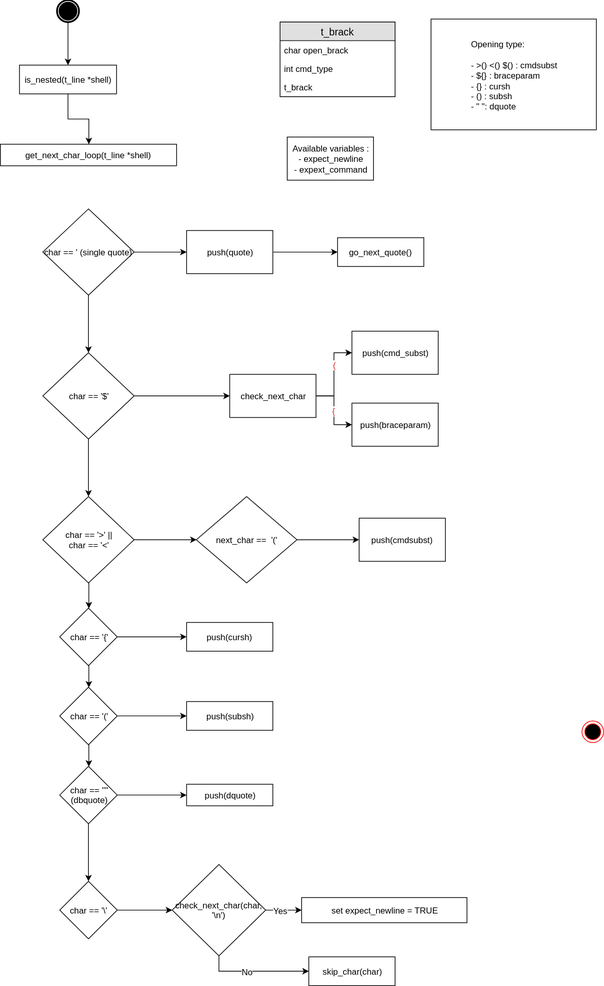
Before: bracket_parser.svg, a diagram exported from draw.io (poggioenzo/tmpsh). Source tidied: cells renumbered, new cells last; positions are measured from the earlier drawing's top-left corner, leaving out a move shared by most shapes.
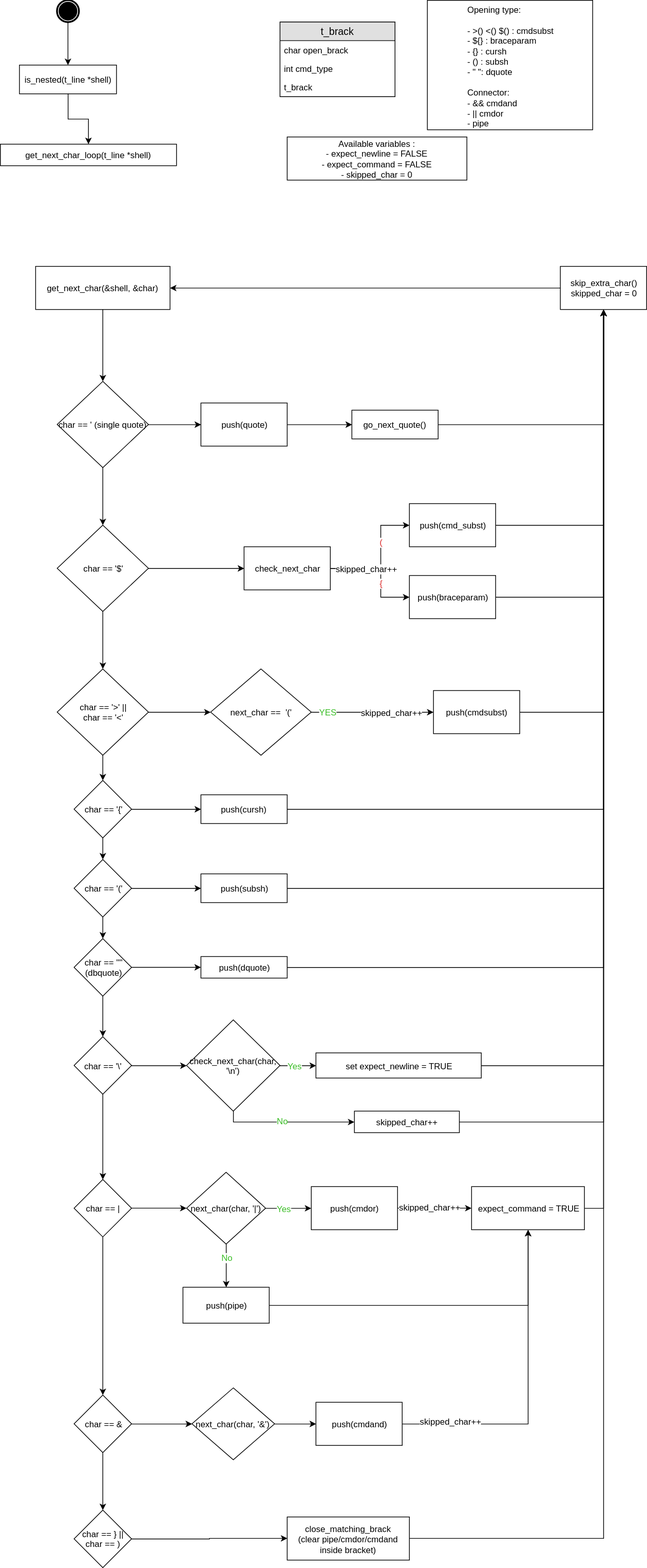
Above is the later version.

Commit message:
improve process details for bracket_parser

What changed in the source:
```diff
@@ -8,7 +8,4 @@
     <mxCell id="3" style="shape=mxgraph.bpmn.shape;html=1;verticalLabelPosition=bottom;labelBackgroundColor=#ffffff;verticalAlign=top;align=center;perimeter=ellipsePerimeter;outlineConnect=0;outline=end;symbol=terminate;" parent="1" vertex="1">
-      <mxGeometry x="79" width="30" height="30" as="geometry" />
+      <mxGeometry x="59" y="-240" width="30" height="30" as="geometry" />
     </mxCell>
-    <mxCell id="4" style="ellipse;html=1;shape=endState;fillColor=#000000;strokeColor=#ff0000;" parent="1" vertex="1">
-      <mxGeometry x="809" y="1002" width="30" height="30" as="geometry" />
-    </mxCell>
     <mxCell id="5" style="edgeStyle=orthogonalEdgeStyle;rounded=0;jettySize=auto;html=1;" parent="1" edge="1" source="6" target="21">
@@ -17,6 +14,6 @@
     <mxCell id="6" value="is_nested(t_line *shell)" style="rounded=0;whiteSpace=wrap;html=1;" parent="1" vertex="1">
-      <mxGeometry x="26.5" y="90" width="135" height="40" as="geometry" />
+      <mxGeometry x="6.5" y="-150" width="135" height="40" as="geometry" />
     </mxCell>
     <mxCell id="7" value="t_brack" style="swimlane;fontStyle=0;horizontal=1;startSize=26;fillColor=#e0e0e0;swimlaneFillColor=#ffffff;align=center;fontSize=14;" parent="1" vertex="1">
-      <mxGeometry x="389" y="30" width="160" height="104" as="geometry" />
+      <mxGeometry x="369" y="-210" width="160" height="104" as="geometry" />
     </mxCell>
@@ -31,4 +28,4 @@
     </mxCell>
-    <mxCell id="11" value="&lt;div style=&quot;text-align: left&quot;&gt;&lt;span&gt;Opening type:&lt;/span&gt;&lt;/div&gt;&lt;div style=&quot;text-align: left&quot;&gt;&lt;br&gt;&lt;/div&gt;&lt;div style=&quot;text-align: left&quot;&gt;- &amp;gt;() &amp;lt;() $() : cmdsubst&lt;/div&gt;&lt;div style=&quot;text-align: left&quot;&gt;- ${} : braceparam&lt;/div&gt;&lt;div style=&quot;text-align: left&quot;&gt;- {} : cursh&lt;/div&gt;&lt;div style=&quot;text-align: left&quot;&gt;- () : subsh&lt;/div&gt;&lt;div style=&quot;text-align: left&quot;&gt;- &quot; &quot;: dquote&lt;/div&gt;" style="rounded=0;whiteSpace=wrap;html=1;" parent="1" vertex="1">
-      <mxGeometry x="599" y="26" width="230" height="154" as="geometry" />
+    <mxCell id="11" value="&lt;div style=&quot;text-align: left&quot;&gt;&lt;span&gt;Opening type:&lt;/span&gt;&lt;/div&gt;&lt;div style=&quot;text-align: left&quot;&gt;&lt;br&gt;&lt;/div&gt;&lt;div style=&quot;text-align: left&quot;&gt;- &amp;gt;() &amp;lt;() $() : cmdsubst&lt;/div&gt;&lt;div style=&quot;text-align: left&quot;&gt;- ${} : braceparam&lt;/div&gt;&lt;div style=&quot;text-align: left&quot;&gt;- {} : cursh&lt;/div&gt;&lt;div style=&quot;text-align: left&quot;&gt;- () : subsh&lt;/div&gt;&lt;div style=&quot;text-align: left&quot;&gt;- &quot; &quot;: dquote&lt;/div&gt;&lt;div style=&quot;text-align: left&quot;&gt;&lt;br&gt;&lt;/div&gt;&lt;div style=&quot;text-align: left&quot;&gt;Connector:&lt;/div&gt;&lt;div style=&quot;text-align: left&quot;&gt;- &amp;amp;&amp;amp; cmdand&lt;/div&gt;&lt;div style=&quot;text-align: left&quot;&gt;- || cmdor&lt;/div&gt;&lt;div style=&quot;text-align: left&quot;&gt;- pipe&lt;/div&gt;" style="rounded=0;whiteSpace=wrap;html=1;" parent="1" vertex="1">
+      <mxGeometry x="574" y="-240" width="230" height="180" as="geometry" />
     </mxCell>
@@ -62,4 +59,7 @@
     <mxCell id="21" value="get_next_char_loop(t_line *shell)&lt;br&gt;" style="rounded=0;whiteSpace=wrap;html=1;" parent="1" vertex="1">
-      <mxGeometry y="200" width="245" height="30" as="geometry" />
+      <mxGeometry x="-20" y="-40" width="245" height="30" as="geometry" />
     </mxCell>
+    <mxCell id="57" style="edgeStyle=orthogonalEdgeStyle;rounded=0;jettySize=auto;html=1;entryX=0.5;entryY=1;entryDx=0;entryDy=0;" parent="1" edge="1" source="22" target="101">
+      <mxGeometry relative="1" as="geometry" />
+    </mxCell>
     <mxCell id="22" value="go_next_quote()&lt;br&gt;" style="rounded=0;whiteSpace=wrap;html=1;" parent="1" vertex="1">
@@ -67,4 +67,9 @@
     </mxCell>
-    <mxCell id="23" style="edgeStyle=orthogonalEdgeStyle;rounded=0;jettySize=auto;html=1;" parent="1" edge="1" source="27" target="29">
-      <mxGeometry relative="1" as="geometry" />
+    <mxCell id="23" style="edgeStyle=orthogonalEdgeStyle;rounded=0;jettySize=auto;html=1;exitX=1;exitY=0.5;exitDx=0;exitDy=0;" parent="1" edge="1" source="27" target="29">
+      <mxGeometry relative="1" as="geometry">
+        <Array as="points">
+          <mxPoint x="509" y="550" />
+          <mxPoint x="509" y="490" />
+        </Array>
+      </mxGeometry>
     </mxCell>
@@ -73,8 +78,20 @@
     </mxCell>
-    <mxCell id="25" style="edgeStyle=orthogonalEdgeStyle;rounded=0;jettySize=auto;html=1;" parent="1" edge="1" source="27" target="28">
-      <mxGeometry relative="1" as="geometry" />
+    <mxCell id="25" style="edgeStyle=orthogonalEdgeStyle;rounded=0;jettySize=auto;html=1;exitX=1;exitY=0.5;exitDx=0;exitDy=0;" parent="1" edge="1" source="27" target="28">
+      <mxGeometry relative="1" as="geometry">
+        <Array as="points">
+          <mxPoint x="509" y="550" />
+          <mxPoint x="509" y="590" />
+        </Array>
+      </mxGeometry>
     </mxCell>
     <mxCell id="26" value="&lt;font color=&quot;#db2a2a&quot;&gt;{&lt;/font&gt;" style="text;html=1;align=center;verticalAlign=middle;labelBackgroundColor=#ffffff;" parent="25" vertex="1">
-      <mxGeometry y="-1" relative="1" as="geometry" />
+      <mxGeometry y="-1" relative="1" as="geometry">
+        <mxPoint x="1" y="15" as="offset" />
+      </mxGeometry>
     </mxCell>
+    <mxCell id="58" value="skipped_char++" style="text;html=1;align=center;verticalAlign=middle;labelBackgroundColor=#ffffff;" parent="25" vertex="1">
+      <mxGeometry x="-0.78" y="1" relative="1" as="geometry">
+        <mxPoint x="33" y="1" as="offset" />
+      </mxGeometry>
+    </mxCell>
     <mxCell id="27" value="check_next_char" style="rounded=0;whiteSpace=wrap;html=1;" parent="1" vertex="1">
@@ -82,7 +99,13 @@
     </mxCell>
+    <mxCell id="59" style="edgeStyle=orthogonalEdgeStyle;rounded=0;jettySize=auto;html=1;entryX=0.5;entryY=1;entryDx=0;entryDy=0;" parent="1" edge="1" source="28" target="101">
+      <mxGeometry relative="1" as="geometry" />
+    </mxCell>
     <mxCell id="28" value="push(braceparam)" style="rounded=0;whiteSpace=wrap;html=1;direction=east;rotation=0;" parent="1" vertex="1">
-      <mxGeometry x="489" y="560" width="120" height="60" as="geometry" />
+      <mxGeometry x="549" y="560" width="120" height="60" as="geometry" />
     </mxCell>
+    <mxCell id="60" style="edgeStyle=orthogonalEdgeStyle;rounded=0;jettySize=auto;html=1;entryX=0.5;entryY=1;entryDx=0;entryDy=0;" parent="1" edge="1" source="29" target="101">
+      <mxGeometry relative="1" as="geometry" />
+    </mxCell>
     <mxCell id="29" value="push(cmd_subst)" style="rounded=0;whiteSpace=wrap;html=1;" parent="1" vertex="1">
-      <mxGeometry x="489" y="460" width="120" height="60" as="geometry" />
+      <mxGeometry x="549" y="460" width="120" height="60" as="geometry" />
     </mxCell>
@@ -91,2 +114,10 @@
     </mxCell>
+    <mxCell id="61" value="skipped_char++" style="text;html=1;align=center;verticalAlign=middle;labelBackgroundColor=#ffffff;" parent="30" vertex="1">
+      <mxGeometry x="-0.25" y="2" relative="1" as="geometry">
+        <mxPoint x="47.5" y="2" as="offset" />
+      </mxGeometry>
+    </mxCell>
+    <mxCell id="62" value="&lt;font color=&quot;#3abd26&quot;&gt;YES&lt;/font&gt;" style="text;html=1;align=center;verticalAlign=middle;labelBackgroundColor=#ffffff;" parent="30" vertex="1">
+      <mxGeometry x="-0.72" y="1" relative="1" as="geometry" />
+    </mxCell>
     <mxCell id="31" value="next_char ==&amp;nbsp; '('" style="rhombus;whiteSpace=wrap;html=1;" parent="1" vertex="1">
@@ -94,4 +125,7 @@
     </mxCell>
+    <mxCell id="63" style="edgeStyle=orthogonalEdgeStyle;rounded=0;jettySize=auto;html=1;entryX=0.5;entryY=1;entryDx=0;entryDy=0;" parent="1" edge="1" source="32" target="101">
+      <mxGeometry relative="1" as="geometry" />
+    </mxCell>
     <mxCell id="32" value="push(cmdsubst)" style="rounded=0;whiteSpace=wrap;html=1;" parent="1" vertex="1">
-      <mxGeometry x="499" y="720" width="120" height="60" as="geometry" />
+      <mxGeometry x="582.5" y="720" width="120" height="60" as="geometry" />
     </mxCell>
@@ -127,5 +161,11 @@
     </mxCell>
+    <mxCell id="64" style="edgeStyle=orthogonalEdgeStyle;rounded=0;jettySize=auto;html=1;entryX=0.5;entryY=0;entryDx=0;entryDy=0;" parent="1" edge="1" source="43" target="74">
+      <mxGeometry relative="1" as="geometry" />
+    </mxCell>
     <mxCell id="43" value="char == '\'" style="rhombus;whiteSpace=wrap;html=1;" parent="1" vertex="1">
-      <mxGeometry x="82.5" y="1225" width="80" height="80" as="geometry" />
+      <mxGeometry x="82.5" y="1201.5" width="80" height="80" as="geometry" />
     </mxCell>
+    <mxCell id="65" style="edgeStyle=orthogonalEdgeStyle;rounded=0;jettySize=auto;html=1;entryX=0.5;entryY=1;entryDx=0;entryDy=0;" parent="1" edge="1" source="44" target="101">
+      <mxGeometry relative="1" as="geometry" />
+    </mxCell>
     <mxCell id="44" value="push(cursh)" style="rounded=0;whiteSpace=wrap;html=1;" parent="1" vertex="1">
@@ -133,2 +173,5 @@
     </mxCell>
+    <mxCell id="66" style="edgeStyle=orthogonalEdgeStyle;rounded=0;jettySize=auto;html=1;entryX=0.5;entryY=1;entryDx=0;entryDy=0;" parent="1" edge="1" source="45" target="101">
+      <mxGeometry relative="1" as="geometry" />
+    </mxCell>
     <mxCell id="45" value="push(subsh)" style="rounded=0;whiteSpace=wrap;html=1;" parent="1" vertex="1">
@@ -136,2 +179,5 @@
     </mxCell>
+    <mxCell id="67" style="edgeStyle=orthogonalEdgeStyle;rounded=0;jettySize=auto;html=1;entryX=0.5;entryY=1;entryDx=0;entryDy=0;" parent="1" edge="1" source="46" target="101">
+      <mxGeometry relative="1" as="geometry" />
+    </mxCell>
     <mxCell id="46" value="push(dquote)" style="rounded=0;whiteSpace=wrap;html=1;" parent="1" vertex="1">
@@ -148,3 +194,3 @@
     </mxCell>
-    <mxCell id="50" value="Yes&lt;br&gt;" style="text;html=1;align=center;verticalAlign=middle;labelBackgroundColor=#ffffff;" parent="49" vertex="1">
+    <mxCell id="50" value="&lt;font color=&quot;#3abd26&quot;&gt;Yes&lt;/font&gt;&lt;br&gt;" style="text;html=1;align=center;verticalAlign=middle;labelBackgroundColor=#ffffff;" parent="49" vertex="1">
       <mxGeometry x="-0.12" y="-3" relative="1" as="geometry">
@@ -153,26 +199,135 @@
     </mxCell>
-    <mxCell id="51" style="edgeStyle=orthogonalEdgeStyle;rounded=0;jettySize=auto;html=1;entryX=0;entryY=0.5;entryDx=0;entryDy=0;" parent="1" edge="1" source="53" target="56">
-      <mxGeometry relative="1" as="geometry">
-        <Array as="points">
-          <mxPoint x="304" y="1350" />
-        </Array>
-      </mxGeometry>
-    </mxCell>
-    <mxCell id="52" value="No" style="text;html=1;align=center;verticalAlign=middle;labelBackgroundColor=#ffffff;" parent="51" vertex="1">
-      <mxGeometry x="-0.27" y="3" relative="1" as="geometry">
-        <mxPoint x="6" y="3" as="offset" />
-      </mxGeometry>
-    </mxCell>
+    <mxCell id="68" style="edgeStyle=orthogonalEdgeStyle;rounded=0;jettySize=auto;html=1;entryX=0;entryY=0.5;entryDx=0;entryDy=0;exitX=0.5;exitY=1;exitDx=0;exitDy=0;" parent="1" edge="1" source="53" target="103">
+      <mxGeometry relative="1" as="geometry">
+        <Array as="points">
+          <mxPoint x="304" y="1320" />
+        </Array>
+      </mxGeometry>
+    </mxCell>
+    <mxCell id="69" value="&lt;font color=&quot;#3abd26&quot;&gt;No&lt;/font&gt;" style="text;html=1;align=center;verticalAlign=middle;labelBackgroundColor=#ffffff;" parent="68" vertex="1">
+      <mxGeometry x="-0.1" y="2" relative="1" as="geometry" />
+    </mxCell>
     <mxCell id="53" value="&lt;span&gt;check_next_char(char, '\n')&lt;/span&gt;" style="rhombus;whiteSpace=wrap;html=1;" parent="1" vertex="1">
-      <mxGeometry x="239" y="1201.5" width="130" height="127" as="geometry" />
+      <mxGeometry x="239" y="1178" width="130" height="127" as="geometry" />
     </mxCell>
+    <mxCell id="70" style="edgeStyle=orthogonalEdgeStyle;rounded=0;jettySize=auto;html=1;entryX=0.5;entryY=1;entryDx=0;entryDy=0;" parent="1" edge="1" source="54" target="101">
+      <mxGeometry relative="1" as="geometry" />
+    </mxCell>
     <mxCell id="54" value="set expect_newline = TRUE" style="rounded=0;whiteSpace=wrap;html=1;" parent="1" vertex="1">
-      <mxGeometry x="419" y="1247.5" width="230" height="35" as="geometry" />
+      <mxGeometry x="419" y="1224" width="230" height="35" as="geometry" />
     </mxCell>
-    <mxCell id="55" value="Available variables :&lt;br&gt;- expect_newline&lt;br&gt;- expext_command&lt;br&gt;" style="rounded=0;whiteSpace=wrap;html=1;" parent="1" vertex="1">
-      <mxGeometry x="399" y="190" width="120" height="60" as="geometry" />
+    <mxCell id="55" value="Available variables :&lt;br&gt;- expect_newline = FALSE&lt;br&gt;- expect_command = FALSE&lt;br&gt;- skipped_char = 0&lt;br&gt;" style="rounded=0;whiteSpace=wrap;html=1;" parent="1" vertex="1">
+      <mxGeometry x="379" y="-50" width="250" height="60" as="geometry" />
     </mxCell>
-    <mxCell id="56" value="skip_char(char)" style="rounded=0;whiteSpace=wrap;html=1;" parent="1" vertex="1">
-      <mxGeometry x="429" y="1330" width="120" height="40" as="geometry" />
-    </mxCell>
+    <mxCell id="71" style="edgeStyle=orthogonalEdgeStyle;rounded=0;jettySize=auto;html=1;entryX=0;entryY=0.5;entryDx=0;entryDy=0;" parent="1" edge="1" source="86" target="90">
+      <mxGeometry relative="1" as="geometry" />
+    </mxCell>
+    <mxCell id="72" value="&lt;font color=&quot;#3abd26&quot;&gt;Yes&lt;/font&gt;" style="text;html=1;align=center;verticalAlign=middle;labelBackgroundColor=#ffffff;" parent="71" vertex="1">
+      <mxGeometry x="-0.33" y="-1" relative="1" as="geometry">
+        <mxPoint x="4" y="-1" as="offset" />
+      </mxGeometry>
+    </mxCell>
+    <mxCell id="73" style="edgeStyle=orthogonalEdgeStyle;rounded=0;jettySize=auto;html=1;" parent="1" edge="1" source="74" target="77">
+      <mxGeometry relative="1" as="geometry" />
+    </mxCell>
+    <mxCell id="74" value="char == |" style="rhombus;whiteSpace=wrap;html=1;" parent="1" vertex="1">
+      <mxGeometry x="82.5" y="1400" width="80" height="80" as="geometry" />
+    </mxCell>
+    <mxCell id="75" style="edgeStyle=orthogonalEdgeStyle;rounded=0;jettySize=auto;html=1;entryX=0;entryY=0.5;entryDx=0;entryDy=0;" parent="1" edge="1" source="77" target="89">
+      <mxGeometry relative="1" as="geometry" />
+    </mxCell>
+    <mxCell id="76" style="edgeStyle=orthogonalEdgeStyle;rounded=0;jettySize=auto;html=1;" parent="1" edge="1" source="77" target="79">
+      <mxGeometry relative="1" as="geometry" />
+    </mxCell>
+    <mxCell id="77" value="char == &amp;amp;" style="rhombus;whiteSpace=wrap;html=1;" parent="1" vertex="1">
+      <mxGeometry x="82.5" y="1700" width="80" height="80" as="geometry" />
+    </mxCell>
+    <mxCell id="78" style="edgeStyle=orthogonalEdgeStyle;rounded=0;jettySize=auto;html=1;entryX=0;entryY=0.5;entryDx=0;entryDy=0;" parent="1" edge="1" source="79" target="97">
+      <mxGeometry relative="1" as="geometry" />
+    </mxCell>
+    <mxCell id="79" value="char == } ||&lt;br&gt;char == )&lt;br&gt;" style="rhombus;whiteSpace=wrap;html=1;" parent="1" vertex="1">
+      <mxGeometry x="82.5" y="1860" width="80" height="80" as="geometry" />
+    </mxCell>
+    <mxCell id="80" style="edgeStyle=orthogonalEdgeStyle;rounded=0;jettySize=auto;html=1;" parent="1" edge="1" target="83">
+      <mxGeometry relative="1" as="geometry">
+        <mxPoint x="476.5" y="1440" as="sourcePoint" />
+      </mxGeometry>
+    </mxCell>
+    <mxCell id="81" value="skipped_char++" style="text;html=1;align=center;verticalAlign=middle;labelBackgroundColor=#ffffff;" parent="80" vertex="1">
+      <mxGeometry x="0.26" y="1" relative="1" as="geometry" />
+    </mxCell>
+    <mxCell id="82" style="edgeStyle=orthogonalEdgeStyle;rounded=0;jettySize=auto;html=1;entryX=0.5;entryY=1;entryDx=0;entryDy=0;" parent="1" edge="1" source="83" target="101">
+      <mxGeometry relative="1" as="geometry">
+        <Array as="points">
+          <mxPoint x="819" y="1440" />
+        </Array>
+      </mxGeometry>
+    </mxCell>
+    <mxCell id="83" value="expect_command = TRUE" style="rounded=0;whiteSpace=wrap;html=1;" parent="1" vertex="1">
+      <mxGeometry x="635.5" y="1410" width="157" height="60" as="geometry" />
+    </mxCell>
+    <mxCell id="84" style="edgeStyle=orthogonalEdgeStyle;rounded=0;jettySize=auto;html=1;entryX=0.5;entryY=1;entryDx=0;entryDy=0;" parent="1" edge="1" source="86" target="92">
+      <mxGeometry relative="1" as="geometry" />
+    </mxCell>
+    <mxCell id="85" value="&lt;font color=&quot;#3abd26&quot;&gt;No&lt;/font&gt;" style="text;html=1;align=center;verticalAlign=middle;labelBackgroundColor=#ffffff;" parent="84" vertex="1">
+      <mxGeometry x="-0.37" y="1" relative="1" as="geometry" />
+    </mxCell>
+    <mxCell id="86" value="next_char(char, '|')" style="rhombus;whiteSpace=wrap;html=1;" parent="1" vertex="1">
+      <mxGeometry x="239" y="1390" width="110" height="100" as="geometry" />
+    </mxCell>
+    <mxCell id="87" style="edgeStyle=orthogonalEdgeStyle;rounded=0;jettySize=auto;html=1;" parent="1" edge="1" source="74" target="86">
+      <mxGeometry relative="1" as="geometry" />
+    </mxCell>
+    <mxCell id="88" style="edgeStyle=orthogonalEdgeStyle;rounded=0;jettySize=auto;html=1;entryX=0;entryY=0.5;entryDx=0;entryDy=0;" parent="1" edge="1" source="89" target="95">
+      <mxGeometry relative="1" as="geometry" />
+    </mxCell>
+    <mxCell id="89" value="next_char(char, '&amp;amp;')" style="rhombus;whiteSpace=wrap;html=1;" parent="1" vertex="1">
+      <mxGeometry x="246.5" y="1690" width="115" height="100" as="geometry" />
+    </mxCell>
+    <mxCell id="90" value="push(cmdor)" style="rounded=0;whiteSpace=wrap;html=1;" parent="1" vertex="1">
+      <mxGeometry x="412.5" y="1410" width="120" height="60" as="geometry" />
+    </mxCell>
+    <mxCell id="91" style="edgeStyle=orthogonalEdgeStyle;rounded=0;jettySize=auto;html=1;entryX=0.5;entryY=1;entryDx=0;entryDy=0;" parent="1" edge="1" source="92" target="83">
+      <mxGeometry relative="1" as="geometry" />
+    </mxCell>
+    <mxCell id="92" value="push(pipe)" style="rounded=0;whiteSpace=wrap;html=1;direction=west;" parent="1" vertex="1">
+      <mxGeometry x="234" y="1550" width="120" height="50" as="geometry" />
+    </mxCell>
+    <mxCell id="93" style="edgeStyle=orthogonalEdgeStyle;rounded=0;jettySize=auto;html=1;entryX=0.5;entryY=1;entryDx=0;entryDy=0;" parent="1" edge="1" source="95" target="83">
+      <mxGeometry relative="1" as="geometry" />
+    </mxCell>
+    <mxCell id="94" value="skipped_char++" style="text;html=1;align=center;verticalAlign=middle;labelBackgroundColor=#ffffff;" parent="93" vertex="1">
+      <mxGeometry x="-0.7" y="4" relative="1" as="geometry" />
+    </mxCell>
+    <mxCell id="95" value="push(cmdand)" style="rounded=0;whiteSpace=wrap;html=1;" parent="1" vertex="1">
+      <mxGeometry x="419" y="1710" width="120" height="60" as="geometry" />
+    </mxCell>
+    <mxCell id="96" style="edgeStyle=orthogonalEdgeStyle;rounded=0;jettySize=auto;html=1;entryX=0.5;entryY=1;entryDx=0;entryDy=0;" parent="1" edge="1" source="97" target="101">
+      <mxGeometry relative="1" as="geometry" />
+    </mxCell>
+    <mxCell id="97" value="close_matching_brack&lt;br&gt;(clear pipe/cmdor/cmdand inside bracket)&lt;br&gt;" style="rounded=0;whiteSpace=wrap;html=1;comic=0;shadow=0;glass=0;" parent="1" vertex="1">
+      <mxGeometry x="379" y="1869.5" width="170" height="60" as="geometry" />
+    </mxCell>
+    <mxCell id="98" style="edgeStyle=orthogonalEdgeStyle;rounded=0;jettySize=auto;html=1;" parent="1" edge="1" source="99" target="14">
+      <mxGeometry relative="1" as="geometry" />
+    </mxCell>
+    <mxCell id="99" value="get_next_char(&amp;amp;shell, &amp;amp;char)" style="rounded=0;whiteSpace=wrap;html=1;" parent="1" vertex="1">
+      <mxGeometry x="29" y="130" width="187" height="60" as="geometry" />
+    </mxCell>
+    <mxCell id="100" style="edgeStyle=orthogonalEdgeStyle;rounded=0;jettySize=auto;html=1;entryX=1;entryY=0.5;entryDx=0;entryDy=0;" parent="1" edge="1" source="101" target="99">
+      <mxGeometry relative="1" as="geometry" />
+    </mxCell>
+    <mxCell id="101" value="skip_extra_char()&lt;br&gt;skipped_char = 0&lt;br&gt;" style="rounded=0;whiteSpace=wrap;html=1;" parent="1" vertex="1">
+      <mxGeometry x="759" y="130" width="120" height="60" as="geometry" />
+    </mxCell>
+    <mxCell id="102" style="edgeStyle=orthogonalEdgeStyle;rounded=0;jettySize=auto;html=1;entryX=0.5;entryY=1;entryDx=0;entryDy=0;" parent="1" edge="1" source="103" target="101">
+      <mxGeometry relative="1" as="geometry">
+        <Array as="points">
+          <mxPoint x="819" y="1320" />
+        </Array>
+      </mxGeometry>
+    </mxCell>
+    <mxCell id="103" value="skipped_char++" style="rounded=0;whiteSpace=wrap;html=1;" parent="1" vertex="1">
+      <mxGeometry x="472.5" y="1305" width="146" height="30" as="geometry" />
+    </mxCell>
   </root>
```
